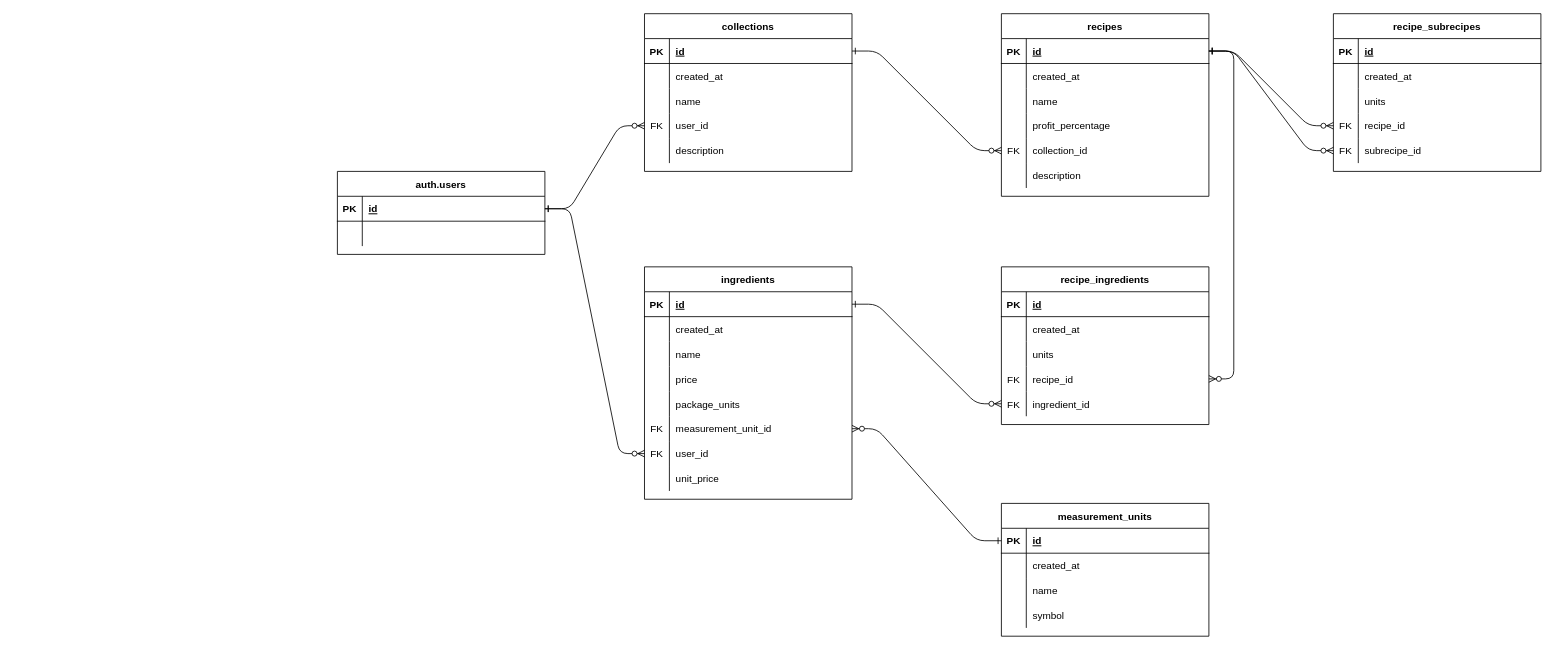
Earlier version of the draw.io diagram docs/erd.drawio (XlichOpX/kitchenaccountant). Source tidied: cells renumbered, new cells numbered last; positions are measured from the earlier drawing's top-left corner, leaving out a move shared by most shapes. Both pictures are drawn from the tidied source at 83%, with x=0, y=0 at pixel (337, 13).
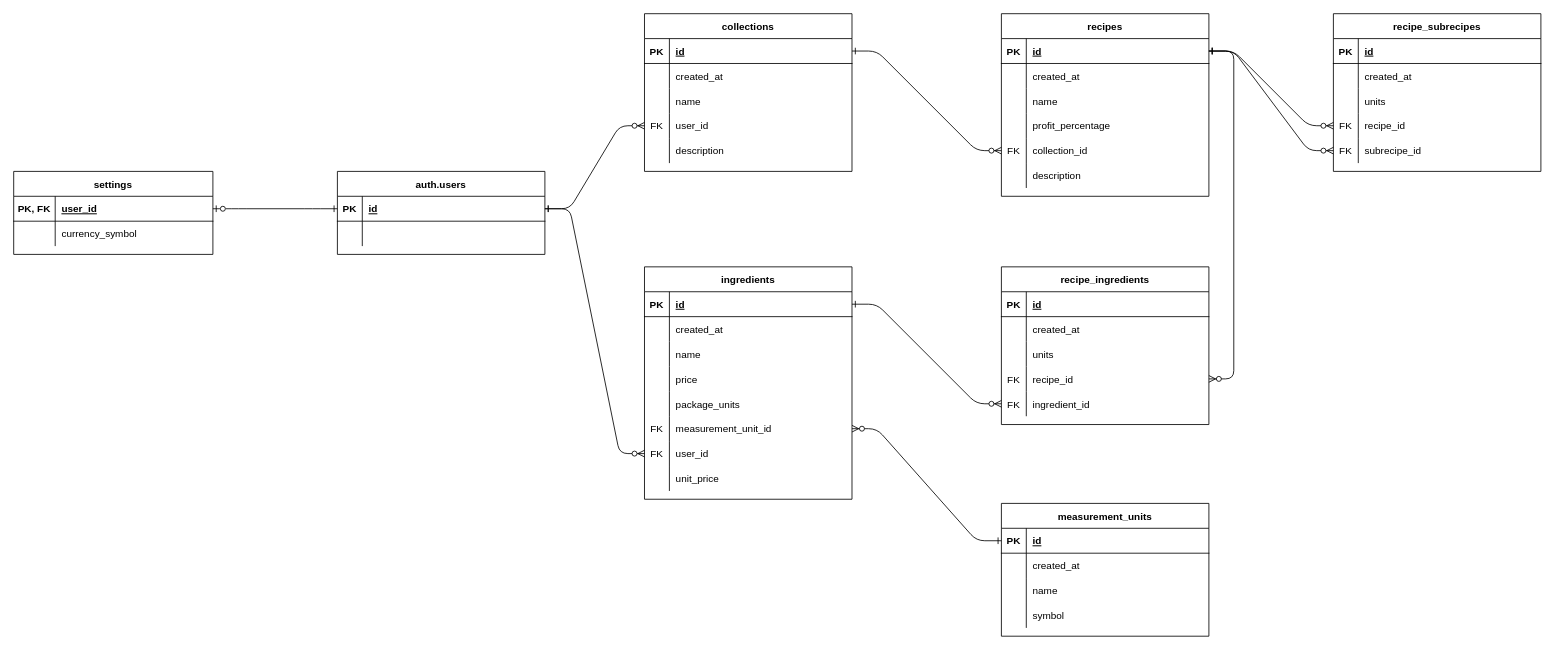
Above is the later version.

Commit message (it also covers changes not shown here):
Implement settings page and provider

Unchanged cells that the change refers to:
```xml
<mxCell id="94" style="shape=partialRectangle;fillColor=none;points=[[0,0.5],[1,0.5]];portConstraint=eastwest;top=0;left=0;right=0;bottom=1;" parent="93" vertex="1">
  <mxGeometry y="30" width="250" height="30" as="geometry" />
</mxCell>
```

What changed in the source:
```diff
@@
+    <mxCell id="122" value="settings" style="shape=table;startSize=30;childLayout=tableLayout;rowLines=0;fontStyle=1;align=center;" parent="1" vertex="1">
+      <mxGeometry x="-390" y="190" width="240" height="100" as="geometry" />
+    </mxCell>
+    <mxCell id="123" style="shape=partialRectangle;fillColor=none;points=[[0,0.5],[1,0.5]];portConstraint=eastwest;top=0;left=0;right=0;bottom=1;" parent="122" vertex="1">
+      <mxGeometry y="30" width="240" height="30" as="geometry" />
+    </mxCell>
+    <mxCell id="124" value="PK, FK" style="shape=partialRectangle;overflow=hidden;fillColor=none;top=0;left=0;bottom=0;right=0;fontStyle=1;" parent="123" vertex="1">
+      <mxGeometry width="50" height="30" as="geometry" />
+    </mxCell>
+    <mxCell id="125" value="user_id" style="shape=partialRectangle;overflow=hidden;fillColor=none;top=0;left=0;bottom=0;right=0;align=left;spacingLeft=6;fontStyle=5;" parent="123" vertex="1">
+      <mxGeometry x="50" width="190" height="30" as="geometry" />
+    </mxCell>
+    <mxCell id="126" style="shape=partialRectangle;fillColor=none;top=0;left=0;right=0;bottom=0;" parent="122" vertex="1">
+      <mxGeometry y="60" width="240" height="30" as="geometry" />
+    </mxCell>
+    <mxCell id="127" style="shape=partialRectangle;overflow=hidden;fillColor=none;top=0;left=0;bottom=0;right=0;" parent="126" vertex="1">
+      <mxGeometry width="50" height="30" as="geometry" />
+    </mxCell>
+    <mxCell id="128" value="currency_symbol" style="shape=partialRectangle;overflow=hidden;fillColor=none;top=0;left=0;bottom=0;right=0;align=left;spacingLeft=6;" parent="126" vertex="1">
+      <mxGeometry x="50" width="190" height="30" as="geometry" />
+    </mxCell>
+    <mxCell id="129" style="edgeStyle=entityRelationEdgeStyle;endArrow=ERzeroToOne;startArrow=ERone;endFill=0;startFill=0;" parent="1" edge="1" source="94" target="123">
+      <mxGeometry relative="1" as="geometry" />
+    </mxCell>
```
